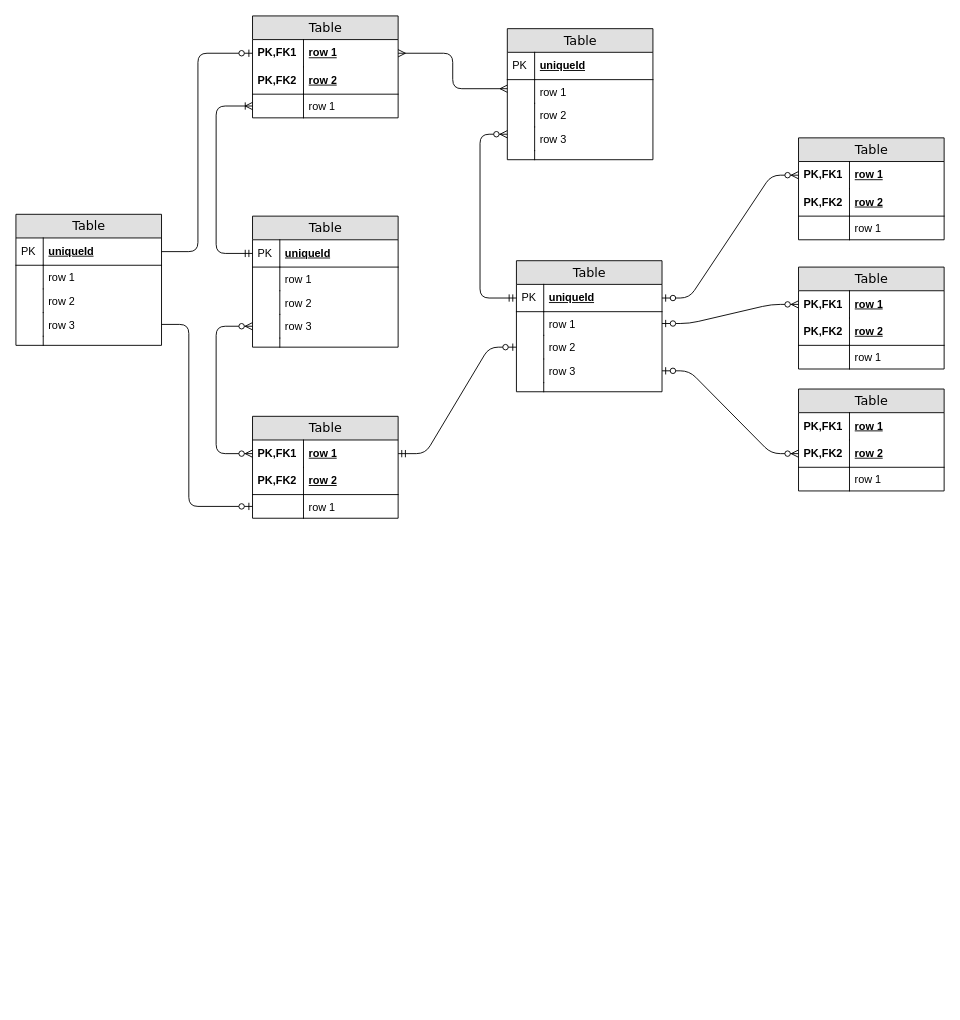
Above: 就職作品/データベース設計.drawio in aggujhh/my_draws (draw.io), before the change. Source tidied: cells renumbered, new cells numbered last; positions are measured from the earlier drawing's top-left corner, leaving out a move shared by most shapes. Both pictures are drawn from the tidied source at 91%, with x=0, y=0 at pixel (15, 15).
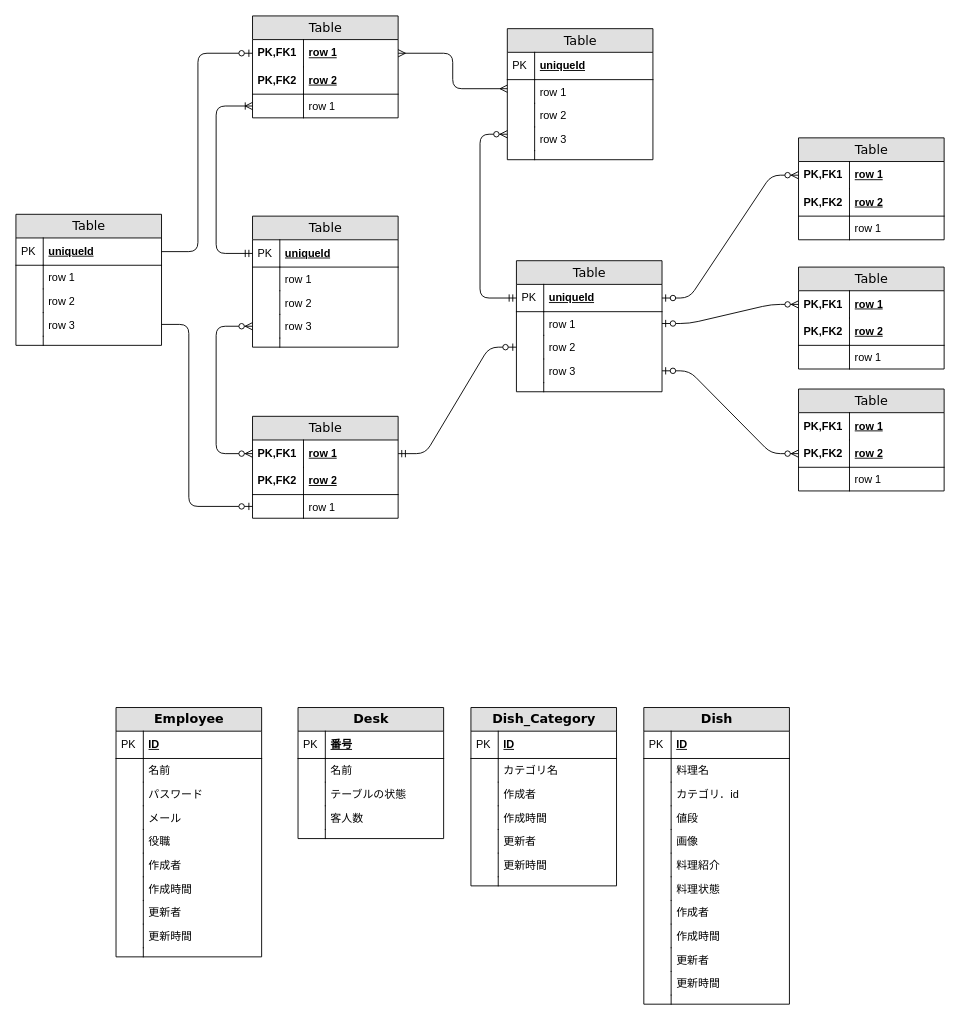
After the change.

Commit message (it also covers changes not shown here):
更新データベース設計.drawio

The edit, as a diff of the source:
```diff
@@
+    <mxCell id="91" value="&lt;strong&gt;Employee&lt;/strong&gt;" style="swimlane;html=1;fontStyle=0;horizontal=1;startSize=26;fillColor=#e0e0e0;swimlaneFillColor=#ffffff;align=center;rounded=0;shadow=0;comic=0;labelBackgroundColor=none;strokeWidth=1;fontFamily=Verdana;fontSize=14;" parent="1" vertex="1">
+      <mxGeometry x="110" y="760" width="160" height="274" as="geometry" />
+    </mxCell>
+    <mxCell id="92" value="ID" style="shape=partialRectangle;top=0;left=0;right=0;bottom=1;html=1;align=left;verticalAlign=middle;fillColor=none;spacingLeft=34;spacingRight=4;whiteSpace=wrap;overflow=hidden;fontStyle=5;" parent="91" vertex="1">
+      <mxGeometry y="26" width="160" height="30" as="geometry" />
+    </mxCell>
+    <mxCell id="93" value="PK" style="shape=partialRectangle;top=0;left=0;bottom=0;html=1;fillColor=none;align=left;verticalAlign=middle;spacingLeft=4;spacingRight=4;whiteSpace=wrap;overflow=hidden;" parent="92" vertex="1">
+      <mxGeometry width="30" height="30" as="geometry" />
+    </mxCell>
+    <mxCell id="94" value="名前" style="shape=partialRectangle;top=0;left=0;right=0;bottom=0;html=1;align=left;verticalAlign=top;fillColor=none;spacingLeft=34;spacingRight=4;whiteSpace=wrap;overflow=hidden;" parent="91" vertex="1">
+      <mxGeometry y="56" width="160" height="26" as="geometry" />
+    </mxCell>
+    <mxCell id="95" style="shape=partialRectangle;top=0;left=0;bottom=0;html=1;fillColor=none;align=left;verticalAlign=top;spacingLeft=4;spacingRight=4;whiteSpace=wrap;overflow=hidden;" parent="94" vertex="1">
+      <mxGeometry width="30" height="26" as="geometry" />
+    </mxCell>
+    <mxCell id="96" value="パスワード" style="shape=partialRectangle;top=0;left=0;right=0;bottom=0;html=1;align=left;verticalAlign=top;fillColor=none;spacingLeft=34;spacingRight=4;whiteSpace=wrap;overflow=hidden;" parent="91" vertex="1">
+      <mxGeometry y="82" width="160" height="26" as="geometry" />
+    </mxCell>
+    <mxCell id="97" style="shape=partialRectangle;top=0;left=0;bottom=0;html=1;fillColor=none;align=left;verticalAlign=top;spacingLeft=4;spacingRight=4;whiteSpace=wrap;overflow=hidden;" parent="96" vertex="1">
+      <mxGeometry width="30" height="26" as="geometry" />
+    </mxCell>
+    <mxCell id="98" value="メール" style="shape=partialRectangle;top=0;left=0;right=0;bottom=0;html=1;align=left;verticalAlign=top;fillColor=none;spacingLeft=34;spacingRight=4;whiteSpace=wrap;overflow=hidden;" parent="91" vertex="1">
+      <mxGeometry y="108" width="160" height="26" as="geometry" />
+    </mxCell>
+    <mxCell id="99" style="shape=partialRectangle;top=0;left=0;bottom=0;html=1;fillColor=none;align=left;verticalAlign=top;spacingLeft=4;spacingRight=4;whiteSpace=wrap;overflow=hidden;" parent="98" vertex="1">
+      <mxGeometry width="30" height="26" as="geometry" />
+    </mxCell>
+    <mxCell id="100" value="役職" style="shape=partialRectangle;top=0;left=0;right=0;bottom=0;html=1;align=left;verticalAlign=top;fillColor=none;spacingLeft=34;spacingRight=4;whiteSpace=wrap;overflow=hidden;" parent="91" vertex="1">
+      <mxGeometry y="134" width="160" height="26" as="geometry" />
+    </mxCell>
+    <mxCell id="101" style="shape=partialRectangle;top=0;left=0;bottom=0;html=1;fillColor=none;align=left;verticalAlign=top;spacingLeft=4;spacingRight=4;whiteSpace=wrap;overflow=hidden;" parent="100" vertex="1">
+      <mxGeometry width="30" height="26" as="geometry" />
+    </mxCell>
+    <mxCell id="102" value="作成者" style="shape=partialRectangle;top=0;left=0;right=0;bottom=0;html=1;align=left;verticalAlign=top;fillColor=none;spacingLeft=34;spacingRight=4;whiteSpace=wrap;overflow=hidden;" parent="91" vertex="1">
+      <mxGeometry y="160" width="160" height="26" as="geometry" />
+    </mxCell>
+    <mxCell id="103" style="shape=partialRectangle;top=0;left=0;bottom=0;html=1;fillColor=none;align=left;verticalAlign=top;spacingLeft=4;spacingRight=4;whiteSpace=wrap;overflow=hidden;" parent="102" vertex="1">
+      <mxGeometry width="30" height="26" as="geometry" />
+    </mxCell>
+    <mxCell id="104" value="作成時間" style="shape=partialRectangle;top=0;left=0;right=0;bottom=0;html=1;align=left;verticalAlign=top;fillColor=none;spacingLeft=34;spacingRight=4;whiteSpace=wrap;overflow=hidden;" parent="91" vertex="1">
+      <mxGeometry y="186" width="160" height="26" as="geometry" />
+    </mxCell>
+    <mxCell id="105" style="shape=partialRectangle;top=0;left=0;bottom=0;html=1;fillColor=none;align=left;verticalAlign=top;spacingLeft=4;spacingRight=4;whiteSpace=wrap;overflow=hidden;" parent="104" vertex="1">
+      <mxGeometry width="30" height="26" as="geometry" />
+    </mxCell>
+    <mxCell id="106" value="更新者" style="shape=partialRectangle;top=0;left=0;right=0;bottom=0;html=1;align=left;verticalAlign=top;fillColor=none;spacingLeft=34;spacingRight=4;whiteSpace=wrap;overflow=hidden;" parent="91" vertex="1">
+      <mxGeometry y="212" width="160" height="26" as="geometry" />
+    </mxCell>
+    <mxCell id="107" style="shape=partialRectangle;top=0;left=0;bottom=0;html=1;fillColor=none;align=left;verticalAlign=top;spacingLeft=4;spacingRight=4;whiteSpace=wrap;overflow=hidden;" parent="106" vertex="1">
+      <mxGeometry width="30" height="26" as="geometry" />
+    </mxCell>
+    <mxCell id="108" value="更新時間" style="shape=partialRectangle;top=0;left=0;right=0;bottom=0;html=1;align=left;verticalAlign=top;fillColor=none;spacingLeft=34;spacingRight=4;whiteSpace=wrap;overflow=hidden;" parent="91" vertex="1">
+      <mxGeometry y="238" width="160" height="26" as="geometry" />
+    </mxCell>
+    <mxCell id="109" style="shape=partialRectangle;top=0;left=0;bottom=0;html=1;fillColor=none;align=left;verticalAlign=top;spacingLeft=4;spacingRight=4;whiteSpace=wrap;overflow=hidden;" parent="108" vertex="1">
+      <mxGeometry width="30" height="26" as="geometry" />
+    </mxCell>
+    <mxCell id="110" style="shape=partialRectangle;top=0;left=0;right=0;bottom=0;html=1;align=left;verticalAlign=top;fillColor=none;spacingLeft=34;spacingRight=4;whiteSpace=wrap;overflow=hidden;" parent="91" vertex="1">
+      <mxGeometry y="264" width="160" height="10" as="geometry" />
+    </mxCell>
+    <mxCell id="111" style="shape=partialRectangle;top=0;left=0;bottom=0;html=1;fillColor=none;align=left;verticalAlign=top;spacingLeft=4;spacingRight=4;whiteSpace=wrap;overflow=hidden;" parent="110" vertex="1">
+      <mxGeometry width="30" height="10" as="geometry" />
+    </mxCell>
+    <mxCell id="112" value="&lt;b&gt;Desk&lt;/b&gt;" style="swimlane;html=1;fontStyle=0;horizontal=1;startSize=26;fillColor=#e0e0e0;swimlaneFillColor=#ffffff;align=center;rounded=0;shadow=0;comic=0;labelBackgroundColor=none;strokeWidth=1;fontFamily=Verdana;fontSize=14;" parent="1" vertex="1">
+      <mxGeometry x="310" y="760" width="160" height="144" as="geometry" />
+    </mxCell>
+    <mxCell id="113" value="番号" style="shape=partialRectangle;top=0;left=0;right=0;bottom=1;html=1;align=left;verticalAlign=middle;fillColor=none;spacingLeft=34;spacingRight=4;whiteSpace=wrap;overflow=hidden;fontStyle=5;" parent="112" vertex="1">
+      <mxGeometry y="26" width="160" height="30" as="geometry" />
+    </mxCell>
+    <mxCell id="114" value="PK" style="shape=partialRectangle;top=0;left=0;bottom=0;html=1;fillColor=none;align=left;verticalAlign=middle;spacingLeft=4;spacingRight=4;whiteSpace=wrap;overflow=hidden;" parent="113" vertex="1">
+      <mxGeometry width="30" height="30" as="geometry" />
+    </mxCell>
+    <mxCell id="115" value="名前" style="shape=partialRectangle;top=0;left=0;right=0;bottom=0;html=1;align=left;verticalAlign=top;fillColor=none;spacingLeft=34;spacingRight=4;whiteSpace=wrap;overflow=hidden;" parent="112" vertex="1">
+      <mxGeometry y="56" width="160" height="26" as="geometry" />
+    </mxCell>
+    <mxCell id="116" style="shape=partialRectangle;top=0;left=0;bottom=0;html=1;fillColor=none;align=left;verticalAlign=top;spacingLeft=4;spacingRight=4;whiteSpace=wrap;overflow=hidden;" parent="115" vertex="1">
+      <mxGeometry width="30" height="26" as="geometry" />
+    </mxCell>
+    <mxCell id="117" value="テーブルの状態" style="shape=partialRectangle;top=0;left=0;right=0;bottom=0;html=1;align=left;verticalAlign=top;fillColor=none;spacingLeft=34;spacingRight=4;whiteSpace=wrap;overflow=hidden;" parent="112" vertex="1">
+      <mxGeometry y="82" width="160" height="26" as="geometry" />
+    </mxCell>
+    <mxCell id="118" style="shape=partialRectangle;top=0;left=0;bottom=0;html=1;fillColor=none;align=left;verticalAlign=top;spacingLeft=4;spacingRight=4;whiteSpace=wrap;overflow=hidden;" parent="117" vertex="1">
+      <mxGeometry width="30" height="26" as="geometry" />
+    </mxCell>
+    <mxCell id="119" value="客人数" style="shape=partialRectangle;top=0;left=0;right=0;bottom=0;html=1;align=left;verticalAlign=top;fillColor=none;spacingLeft=34;spacingRight=4;whiteSpace=wrap;overflow=hidden;" parent="112" vertex="1">
+      <mxGeometry y="108" width="160" height="26" as="geometry" />
+    </mxCell>
+    <mxCell id="120" style="shape=partialRectangle;top=0;left=0;bottom=0;html=1;fillColor=none;align=left;verticalAlign=top;spacingLeft=4;spacingRight=4;whiteSpace=wrap;overflow=hidden;" parent="119" vertex="1">
+      <mxGeometry width="30" height="26" as="geometry" />
+    </mxCell>
+    <mxCell id="121" style="shape=partialRectangle;top=0;left=0;right=0;bottom=0;html=1;align=left;verticalAlign=top;fillColor=none;spacingLeft=34;spacingRight=4;whiteSpace=wrap;overflow=hidden;" parent="112" vertex="1">
+      <mxGeometry y="134" width="160" height="10" as="geometry" />
+    </mxCell>
+    <mxCell id="122" style="shape=partialRectangle;top=0;left=0;bottom=0;html=1;fillColor=none;align=left;verticalAlign=top;spacingLeft=4;spacingRight=4;whiteSpace=wrap;overflow=hidden;" parent="121" vertex="1">
+      <mxGeometry width="30" height="10" as="geometry" />
+    </mxCell>
+    <mxCell id="123" value="&lt;b&gt;Dish_Category&lt;/b&gt;" style="swimlane;html=1;fontStyle=0;horizontal=1;startSize=26;fillColor=#e0e0e0;swimlaneFillColor=#ffffff;align=center;rounded=0;shadow=0;comic=0;labelBackgroundColor=none;strokeWidth=1;fontFamily=Verdana;fontSize=14;" parent="1" vertex="1">
+      <mxGeometry x="500" y="760" width="160" height="196" as="geometry" />
+    </mxCell>
+    <mxCell id="124" value="ID" style="shape=partialRectangle;top=0;left=0;right=0;bottom=1;html=1;align=left;verticalAlign=middle;fillColor=none;spacingLeft=34;spacingRight=4;whiteSpace=wrap;overflow=hidden;fontStyle=5;" parent="123" vertex="1">
+      <mxGeometry y="26" width="160" height="30" as="geometry" />
+    </mxCell>
+    <mxCell id="125" value="PK" style="shape=partialRectangle;top=0;left=0;bottom=0;html=1;fillColor=none;align=left;verticalAlign=middle;spacingLeft=4;spacingRight=4;whiteSpace=wrap;overflow=hidden;" parent="124" vertex="1">
+      <mxGeometry width="30" height="30" as="geometry" />
+    </mxCell>
+    <mxCell id="126" value="カテゴリ名" style="shape=partialRectangle;top=0;left=0;right=0;bottom=0;html=1;align=left;verticalAlign=top;fillColor=none;spacingLeft=34;spacingRight=4;whiteSpace=wrap;overflow=hidden;" parent="123" vertex="1">
+      <mxGeometry y="56" width="160" height="26" as="geometry" />
+    </mxCell>
+    <mxCell id="127" style="shape=partialRectangle;top=0;left=0;bottom=0;html=1;fillColor=none;align=left;verticalAlign=top;spacingLeft=4;spacingRight=4;whiteSpace=wrap;overflow=hidden;" parent="126" vertex="1">
+      <mxGeometry width="30" height="26" as="geometry" />
+    </mxCell>
+    <mxCell id="128" value="作成者" style="shape=partialRectangle;top=0;left=0;right=0;bottom=0;html=1;align=left;verticalAlign=top;fillColor=none;spacingLeft=34;spacingRight=4;whiteSpace=wrap;overflow=hidden;" parent="123" vertex="1">
+      <mxGeometry y="82" width="160" height="26" as="geometry" />
+    </mxCell>
+    <mxCell id="129" style="shape=partialRectangle;top=0;left=0;bottom=0;html=1;fillColor=none;align=left;verticalAlign=top;spacingLeft=4;spacingRight=4;whiteSpace=wrap;overflow=hidden;" parent="128" vertex="1">
+      <mxGeometry width="30" height="26" as="geometry" />
+    </mxCell>
+    <mxCell id="130" value="作成時間" style="shape=partialRectangle;top=0;left=0;right=0;bottom=0;html=1;align=left;verticalAlign=top;fillColor=none;spacingLeft=34;spacingRight=4;whiteSpace=wrap;overflow=hidden;" parent="123" vertex="1">
+      <mxGeometry y="108" width="160" height="26" as="geometry" />
+    </mxCell>
+    <mxCell id="131" style="shape=partialRectangle;top=0;left=0;bottom=0;html=1;fillColor=none;align=left;verticalAlign=top;spacingLeft=4;spacingRight=4;whiteSpace=wrap;overflow=hidden;" parent="130" vertex="1">
+      <mxGeometry width="30" height="26" as="geometry" />
+    </mxCell>
+    <mxCell id="132" value="更新者" style="shape=partialRectangle;top=0;left=0;right=0;bottom=0;html=1;align=left;verticalAlign=top;fillColor=none;spacingLeft=34;spacingRight=4;whiteSpace=wrap;overflow=hidden;" parent="123" vertex="1">
+      <mxGeometry y="134" width="160" height="26" as="geometry" />
+    </mxCell>
+    <mxCell id="133" style="shape=partialRectangle;top=0;left=0;bottom=0;html=1;fillColor=none;align=left;verticalAlign=top;spacingLeft=4;spacingRight=4;whiteSpace=wrap;overflow=hidden;" parent="132" vertex="1">
+      <mxGeometry width="30" height="26" as="geometry" />
+    </mxCell>
+    <mxCell id="134" value="更新時間" style="shape=partialRectangle;top=0;left=0;right=0;bottom=0;html=1;align=left;verticalAlign=top;fillColor=none;spacingLeft=34;spacingRight=4;whiteSpace=wrap;overflow=hidden;" parent="123" vertex="1">
+      <mxGeometry y="160" width="160" height="26" as="geometry" />
+    </mxCell>
+    <mxCell id="135" style="shape=partialRectangle;top=0;left=0;bottom=0;html=1;fillColor=none;align=left;verticalAlign=top;spacingLeft=4;spacingRight=4;whiteSpace=wrap;overflow=hidden;" parent="134" vertex="1">
+      <mxGeometry width="30" height="26" as="geometry" />
+    </mxCell>
+    <mxCell id="136" style="shape=partialRectangle;top=0;left=0;right=0;bottom=0;html=1;align=left;verticalAlign=top;fillColor=none;spacingLeft=34;spacingRight=4;whiteSpace=wrap;overflow=hidden;" parent="123" vertex="1">
+      <mxGeometry y="186" width="160" height="10" as="geometry" />
+    </mxCell>
+    <mxCell id="137" style="shape=partialRectangle;top=0;left=0;bottom=0;html=1;fillColor=none;align=left;verticalAlign=top;spacingLeft=4;spacingRight=4;whiteSpace=wrap;overflow=hidden;" parent="136" vertex="1">
+      <mxGeometry width="30" height="10" as="geometry" />
+    </mxCell>
+    <mxCell id="138" value="&lt;b&gt;Dish&lt;/b&gt;" style="swimlane;html=1;fontStyle=0;horizontal=1;startSize=26;fillColor=#e0e0e0;swimlaneFillColor=#ffffff;align=center;rounded=0;shadow=0;comic=0;labelBackgroundColor=none;strokeWidth=1;fontFamily=Verdana;fontSize=14;" parent="1" vertex="1">
+      <mxGeometry x="690" y="760" width="160" height="326" as="geometry" />
+    </mxCell>
+    <mxCell id="139" value="ID" style="shape=partialRectangle;top=0;left=0;right=0;bottom=1;html=1;align=left;verticalAlign=middle;fillColor=none;spacingLeft=34;spacingRight=4;whiteSpace=wrap;overflow=hidden;fontStyle=5;" parent="138" vertex="1">
+      <mxGeometry y="26" width="160" height="30" as="geometry" />
+    </mxCell>
+    <mxCell id="140" value="PK" style="shape=partialRectangle;top=0;left=0;bottom=0;html=1;fillColor=none;align=left;verticalAlign=middle;spacingLeft=4;spacingRight=4;whiteSpace=wrap;overflow=hidden;" parent="139" vertex="1">
+      <mxGeometry width="30" height="30" as="geometry" />
+    </mxCell>
+    <mxCell id="141" value="料理名" style="shape=partialRectangle;top=0;left=0;right=0;bottom=0;html=1;align=left;verticalAlign=top;fillColor=none;spacingLeft=34;spacingRight=4;whiteSpace=wrap;overflow=hidden;" parent="138" vertex="1">
+      <mxGeometry y="56" width="160" height="26" as="geometry" />
+    </mxCell>
+    <mxCell id="142" style="shape=partialRectangle;top=0;left=0;bottom=0;html=1;fillColor=none;align=left;verticalAlign=top;spacingLeft=4;spacingRight=4;whiteSpace=wrap;overflow=hidden;" parent="141" vertex="1">
+      <mxGeometry width="30" height="26" as="geometry" />
+    </mxCell>
+    <mxCell id="143" value="カテゴリ．id" style="shape=partialRectangle;top=0;left=0;right=0;bottom=0;html=1;align=left;verticalAlign=top;fillColor=none;spacingLeft=34;spacingRight=4;whiteSpace=wrap;overflow=hidden;" parent="138" vertex="1">
+      <mxGeometry y="82" width="160" height="26" as="geometry" />
+    </mxCell>
+    <mxCell id="144" style="shape=partialRectangle;top=0;left=0;bottom=0;html=1;fillColor=none;align=left;verticalAlign=top;spacingLeft=4;spacingRight=4;whiteSpace=wrap;overflow=hidden;" parent="143" vertex="1">
+      <mxGeometry width="30" height="26" as="geometry" />
+    </mxCell>
+    <mxCell id="145" value="値段" style="shape=partialRectangle;top=0;left=0;right=0;bottom=0;html=1;align=left;verticalAlign=top;fillColor=none;spacingLeft=34;spacingRight=4;whiteSpace=wrap;overflow=hidden;" parent="138" vertex="1">
+      <mxGeometry y="108" width="160" height="26" as="geometry" />
+    </mxCell>
+    <mxCell id="146" style="shape=partialRectangle;top=0;left=0;bottom=0;html=1;fillColor=none;align=left;verticalAlign=top;spacingLeft=4;spacingRight=4;whiteSpace=wrap;overflow=hidden;" parent="145" vertex="1">
+      <mxGeometry width="30" height="26" as="geometry" />
+    </mxCell>
+    <mxCell id="147" value="画像" style="shape=partialRectangle;top=0;left=0;right=0;bottom=0;html=1;align=left;verticalAlign=top;fillColor=none;spacingLeft=34;spacingRight=4;whiteSpace=wrap;overflow=hidden;" parent="138" vertex="1">
+      <mxGeometry y="134" width="160" height="26" as="geometry" />
+    </mxCell>
+    <mxCell id="148" style="shape=partialRectangle;top=0;left=0;bottom=0;html=1;fillColor=none;align=left;verticalAlign=top;spacingLeft=4;spacingRight=4;whiteSpace=wrap;overflow=hidden;" parent="147" vertex="1">
+      <mxGeometry width="30" height="26" as="geometry" />
+    </mxCell>
+    <mxCell id="149" value="料理紹介" style="shape=partialRectangle;top=0;left=0;right=0;bottom=0;html=1;align=left;verticalAlign=top;fillColor=none;spacingLeft=34;spacingRight=4;whiteSpace=wrap;overflow=hidden;" parent="138" vertex="1">
+      <mxGeometry y="160" width="160" height="26" as="geometry" />
+    </mxCell>
+    <mxCell id="150" style="shape=partialRectangle;top=0;left=0;bottom=0;html=1;fillColor=none;align=left;verticalAlign=top;spacingLeft=4;spacingRight=4;whiteSpace=wrap;overflow=hidden;" parent="149" vertex="1">
+      <mxGeometry width="30" height="26" as="geometry" />
+    </mxCell>
+    <mxCell id="151" value="料理状態" style="shape=partialRectangle;top=0;left=0;right=0;bottom=0;html=1;align=left;verticalAlign=top;fillColor=none;spacingLeft=34;spacingRight=4;whiteSpace=wrap;overflow=hidden;" parent="138" vertex="1">
+      <mxGeometry y="186" width="160" height="26" as="geometry" />
+    </mxCell>
+    <mxCell id="152" style="shape=partialRectangle;top=0;left=0;bottom=0;html=1;fillColor=none;align=left;verticalAlign=top;spacingLeft=4;spacingRight=4;whiteSpace=wrap;overflow=hidden;" parent="151" vertex="1">
+      <mxGeometry width="30" height="26" as="geometry" />
+    </mxCell>
+    <mxCell id="153" value="作成者" style="shape=partialRectangle;top=0;left=0;right=0;bottom=0;html=1;align=left;verticalAlign=top;fillColor=none;spacingLeft=34;spacingRight=4;whiteSpace=wrap;overflow=hidden;" parent="138" vertex="1">
+      <mxGeometry y="212" width="160" height="26" as="geometry" />
+    </mxCell>
+    <mxCell id="154" style="shape=partialRectangle;top=0;left=0;bottom=0;html=1;fillColor=none;align=left;verticalAlign=top;spacingLeft=4;spacingRight=4;whiteSpace=wrap;overflow=hidden;" parent="153" vertex="1">
+      <mxGeometry width="30" height="26" as="geometry" />
+    </mxCell>
+    <mxCell id="155" value="作成時間" style="shape=partialRectangle;top=0;left=0;right=0;bottom=0;html=1;align=left;verticalAlign=top;fillColor=none;spacingLeft=34;spacingRight=4;whiteSpace=wrap;overflow=hidden;" parent="138" vertex="1">
+      <mxGeometry y="238" width="160" height="26" as="geometry" />
+    </mxCell>
+    <mxCell id="156" style="shape=partialRectangle;top=0;left=0;bottom=0;html=1;fillColor=none;align=left;verticalAlign=top;spacingLeft=4;spacingRight=4;whiteSpace=wrap;overflow=hidden;" parent="155" vertex="1">
+      <mxGeometry width="30" height="26" as="geometry" />
+    </mxCell>
+    <mxCell id="157" value="更新者" style="shape=partialRectangle;top=0;left=0;right=0;bottom=0;html=1;align=left;verticalAlign=top;fillColor=none;spacingLeft=34;spacingRight=4;whiteSpace=wrap;overflow=hidden;" parent="138" vertex="1">
+      <mxGeometry y="264" width="160" height="26" as="geometry" />
+    </mxCell>
+    <mxCell id="158" style="shape=partialRectangle;top=0;left=0;bottom=0;html=1;fillColor=none;align=left;verticalAlign=top;spacingLeft=4;spacingRight=4;whiteSpace=wrap;overflow=hidden;" parent="157" vertex="1">
+      <mxGeometry width="30" height="26" as="geometry" />
+    </mxCell>
+    <mxCell id="159" value="更新時間" style="shape=partialRectangle;top=0;left=0;right=0;bottom=0;html=1;align=left;verticalAlign=top;fillColor=none;spacingLeft=34;spacingRight=4;whiteSpace=wrap;overflow=hidden;" parent="138" vertex="1">
+      <mxGeometry y="290" width="160" height="26" as="geometry" />
+    </mxCell>
+    <mxCell id="160" style="shape=partialRectangle;top=0;left=0;bottom=0;html=1;fillColor=none;align=left;verticalAlign=top;spacingLeft=4;spacingRight=4;whiteSpace=wrap;overflow=hidden;" parent="159" vertex="1">
+      <mxGeometry width="30" height="26" as="geometry" />
+    </mxCell>
+    <mxCell id="161" style="shape=partialRectangle;top=0;left=0;right=0;bottom=0;html=1;align=left;verticalAlign=top;fillColor=none;spacingLeft=34;spacingRight=4;whiteSpace=wrap;overflow=hidden;" parent="138" vertex="1">
+      <mxGeometry y="316" width="160" height="10" as="geometry" />
+    </mxCell>
+    <mxCell id="162" style="shape=partialRectangle;top=0;left=0;bottom=0;html=1;fillColor=none;align=left;verticalAlign=top;spacingLeft=4;spacingRight=4;whiteSpace=wrap;overflow=hidden;" parent="161" vertex="1">
+      <mxGeometry width="30" height="10" as="geometry" />
+    </mxCell>
```
